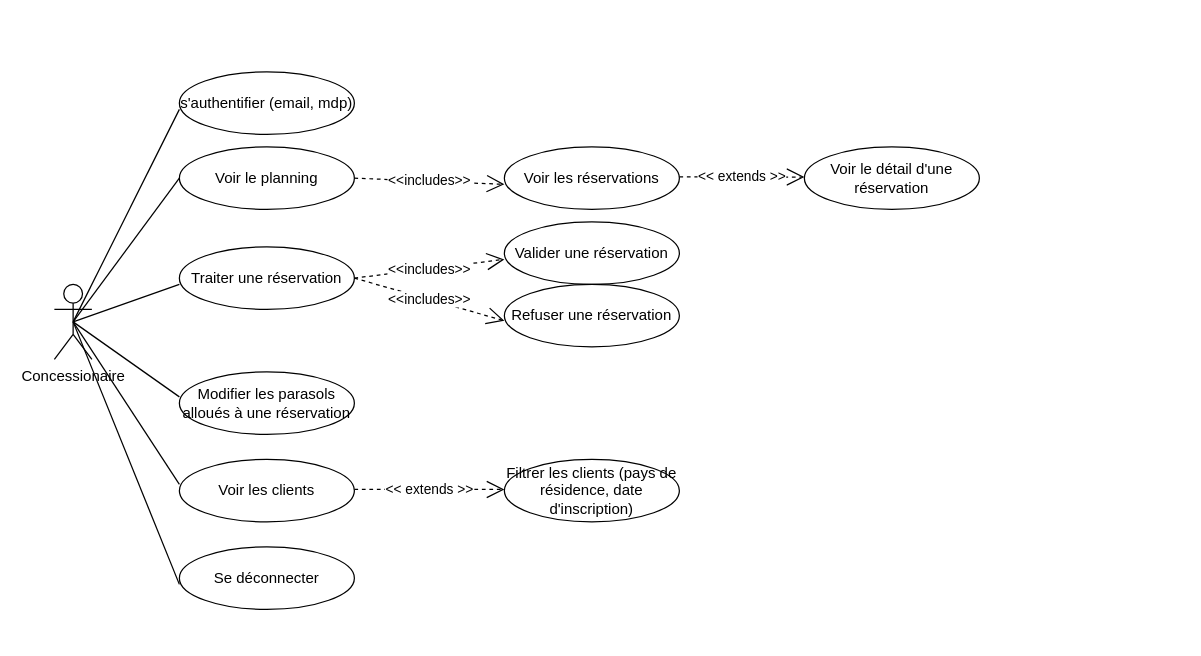
Before: business_case_1.drawio in ewan-delanoy/uml_diagram, a draw.io diagram. Source tidied: cells renumbered, new cells numbered last; positions are measured from the earlier drawing's top-left corner, leaving out a move shared by most shapes. Both pictures are drawn from the tidied source at 125%, with x=0, y=0 at pixel (54, 71).
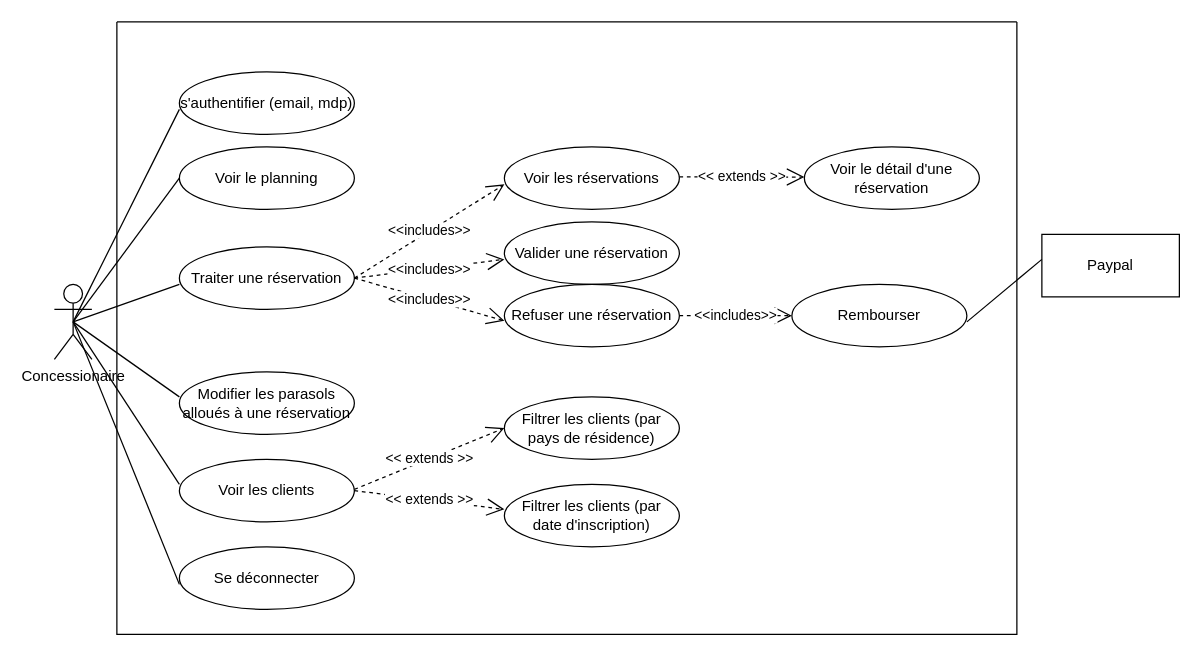
The same diagram, later.

Commit message (it also covers changes not shown here):
Mettre à jour business_case_1.drawio

The change refers to these unchanged cells:
```xml
<mxCell id="3" value="Voir le planning" style="ellipse;whiteSpace=wrap;html=1;" parent="1" vertex="1">
  <mxGeometry x="100" y="60" width="140" height="50" as="geometry" />
</mxCell>
<mxCell id="7" value="Refuser une réservation" style="ellipse;whiteSpace=wrap;html=1;" parent="1" vertex="1">
  <mxGeometry x="360" y="170" width="140" height="50" as="geometry" />
</mxCell>
<mxCell id="8" value="Traiter une réservation" style="ellipse;whiteSpace=wrap;html=1;" parent="1" vertex="1">
  <mxGeometry x="100" y="140" width="140" height="50" as="geometry" />
</mxCell>
<mxCell id="10" value="Voir les clients" style="ellipse;whiteSpace=wrap;html=1;" parent="1" vertex="1">
  <mxGeometry x="100" y="310" width="140" height="50" as="geometry" />
</mxCell>
```

Diff of the diagram source:
```diff
@@
-    <mxCell id="11" value="Filtrer les clients (pays de résidence, date d'inscription)" style="ellipse;whiteSpace=wrap;html=1;" parent="1" vertex="1">
-      <mxGeometry x="360" y="310" width="140" height="50" as="geometry" />
-    </mxCell>
@@
-    <mxCell id="14" value="&amp;lt;&amp;lt;includes&amp;gt;&amp;gt;" style="endArrow=open;endSize=12;dashed=1;html=1;rounded=0;exitX=1;exitY=0.5;exitDx=0;exitDy=0;" parent="1" edge="1" source="3">
+    <mxCell id="14" value="&amp;lt;&amp;lt;includes&amp;gt;&amp;gt;" style="endArrow=open;endSize=12;dashed=1;html=1;rounded=0;exitX=1;exitY=0.5;exitDx=0;exitDy=0;" parent="1" edge="1" source="8">
       <mxGeometry relative="1" as="geometry">
         <mxPoint x="360" y="90" as="targetPoint" />
       </mxGeometry>
     </mxCell>
@@
-    <mxCell id="17" value="&amp;lt;&amp;lt; extends &amp;gt;&amp;gt;" style="endArrow=open;endSize=12;dashed=1;html=1;rounded=0;" parent="1" edge="1">
+    <mxCell id="17" value="&amp;lt;&amp;lt; extends &amp;gt;&amp;gt;" style="endArrow=open;endSize=12;dashed=1;html=1;rounded=0;entryX=0;entryY=0.5;entryDx=0;entryDy=0;" parent="1" edge="1" target="11">
       <mxGeometry relative="1" as="geometry">
         <mxPoint x="240" y="334" as="sourcePoint" />
-        <mxPoint x="360" y="334.1" as="targetPoint" />
       </mxGeometry>
     </mxCell>
@@
+    <mxCell id="25" value="Rembourser" style="ellipse;whiteSpace=wrap;html=1;" parent="1" vertex="1">
+      <mxGeometry x="590" y="170" width="140" height="50" as="geometry" />
+    </mxCell>
+    <mxCell id="26" value="Paypal" style="html=1;whiteSpace=wrap;" parent="1" vertex="1">
+      <mxGeometry x="790" y="130" width="110" height="50" as="geometry" />
+    </mxCell>
+    <mxCell id="27" value="&amp;lt;&amp;lt;includes&amp;gt;&amp;gt;" style="endArrow=open;endSize=12;dashed=1;html=1;rounded=0;exitX=1;exitY=0.5;exitDx=0;exitDy=0;entryX=0;entryY=0.5;entryDx=0;entryDy=0;" parent="1" edge="1" source="7" target="25">
+      <mxGeometry relative="1" as="geometry" />
+    </mxCell>
+    <mxCell id="28" style="endArrow=none;html=1;rounded=0;" parent="1" edge="1">
+      <mxGeometry relative="1" as="geometry">
+        <mxPoint x="730" y="200" as="sourcePoint" />
+        <mxPoint x="790" y="150" as="targetPoint" />
+      </mxGeometry>
+    </mxCell>
+    <mxCell id="29" style="swimlane;startSize=0;" parent="1" vertex="1">
+      <mxGeometry x="50" y="-40" width="720" height="490" as="geometry" />
+    </mxCell>
+    <mxCell id="11" value="&lt;div&gt;Filtrer les clients (par &lt;br&gt;&lt;/div&gt;&lt;div&gt;pays de résidence)&lt;/div&gt;" style="ellipse;whiteSpace=wrap;html=1;" parent="29" vertex="1">
+      <mxGeometry x="310" y="300" width="140" height="50" as="geometry" />
+    </mxCell>
+    <mxCell id="30" value="Filtrer les clients (par date d'inscription)" style="ellipse;whiteSpace=wrap;html=1;" parent="29" vertex="1">
+      <mxGeometry x="310" y="370" width="140" height="50" as="geometry" />
+    </mxCell>
+    <mxCell id="31" value="&amp;lt;&amp;lt; extends &amp;gt;&amp;gt;" style="endArrow=open;endSize=12;dashed=1;html=1;rounded=0;entryX=0;entryY=0.5;entryDx=0;entryDy=0;exitX=1;exitY=0.5;exitDx=0;exitDy=0;" parent="29" edge="1" source="10">
+      <mxGeometry relative="1" as="geometry">
+        <mxPoint x="310" y="390" as="targetPoint" />
+      </mxGeometry>
+    </mxCell>
```
